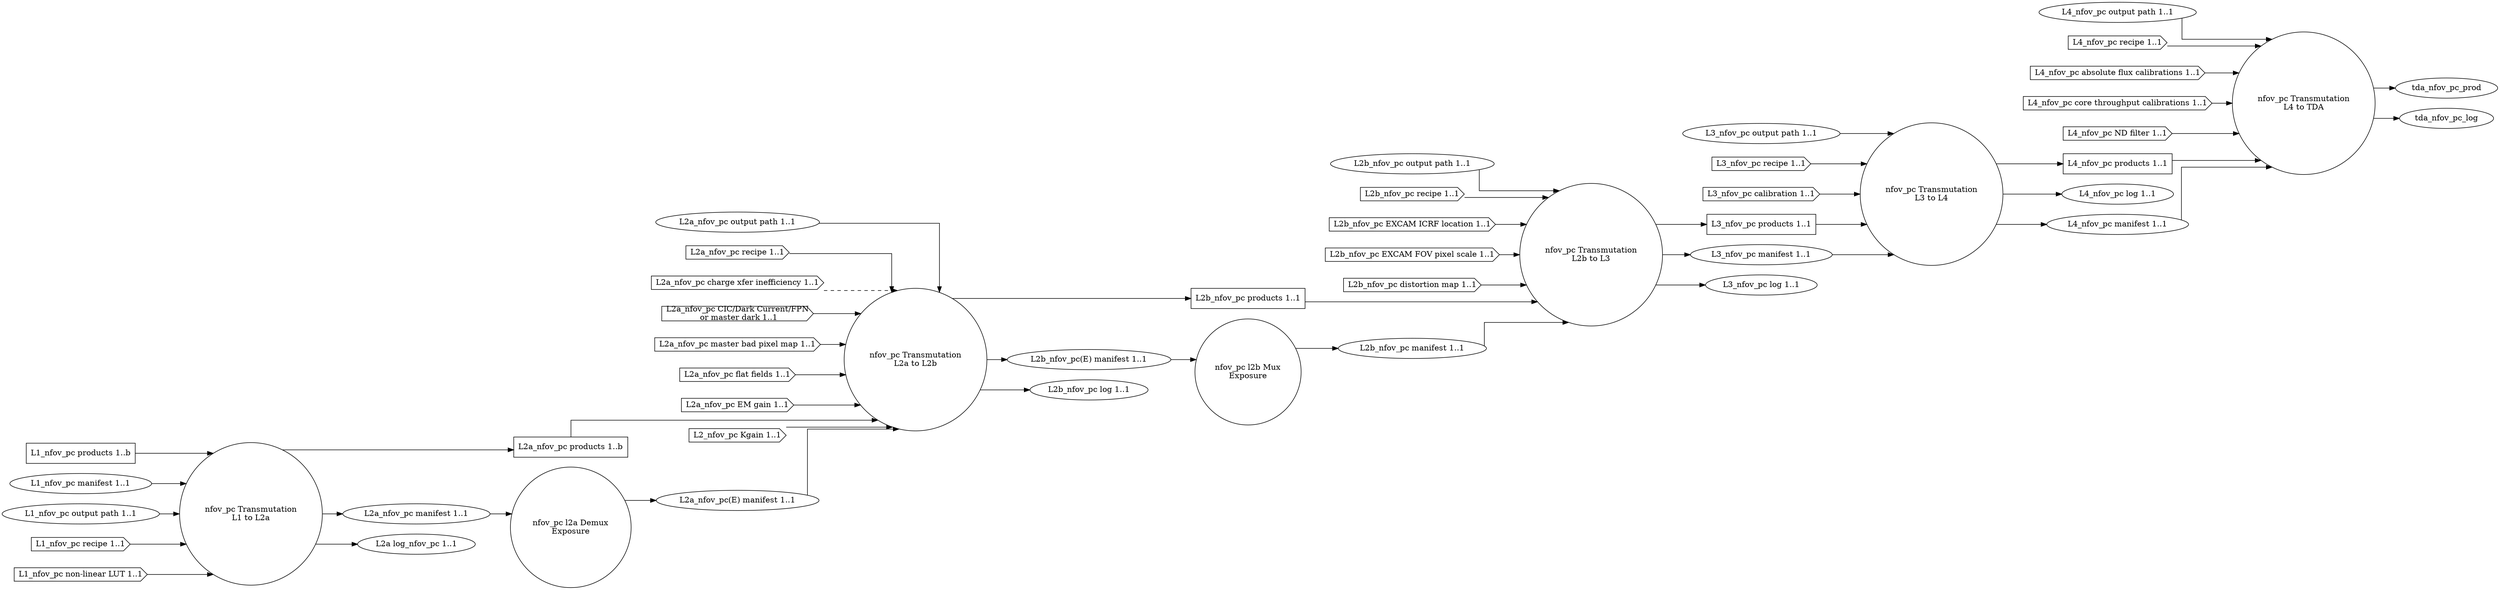
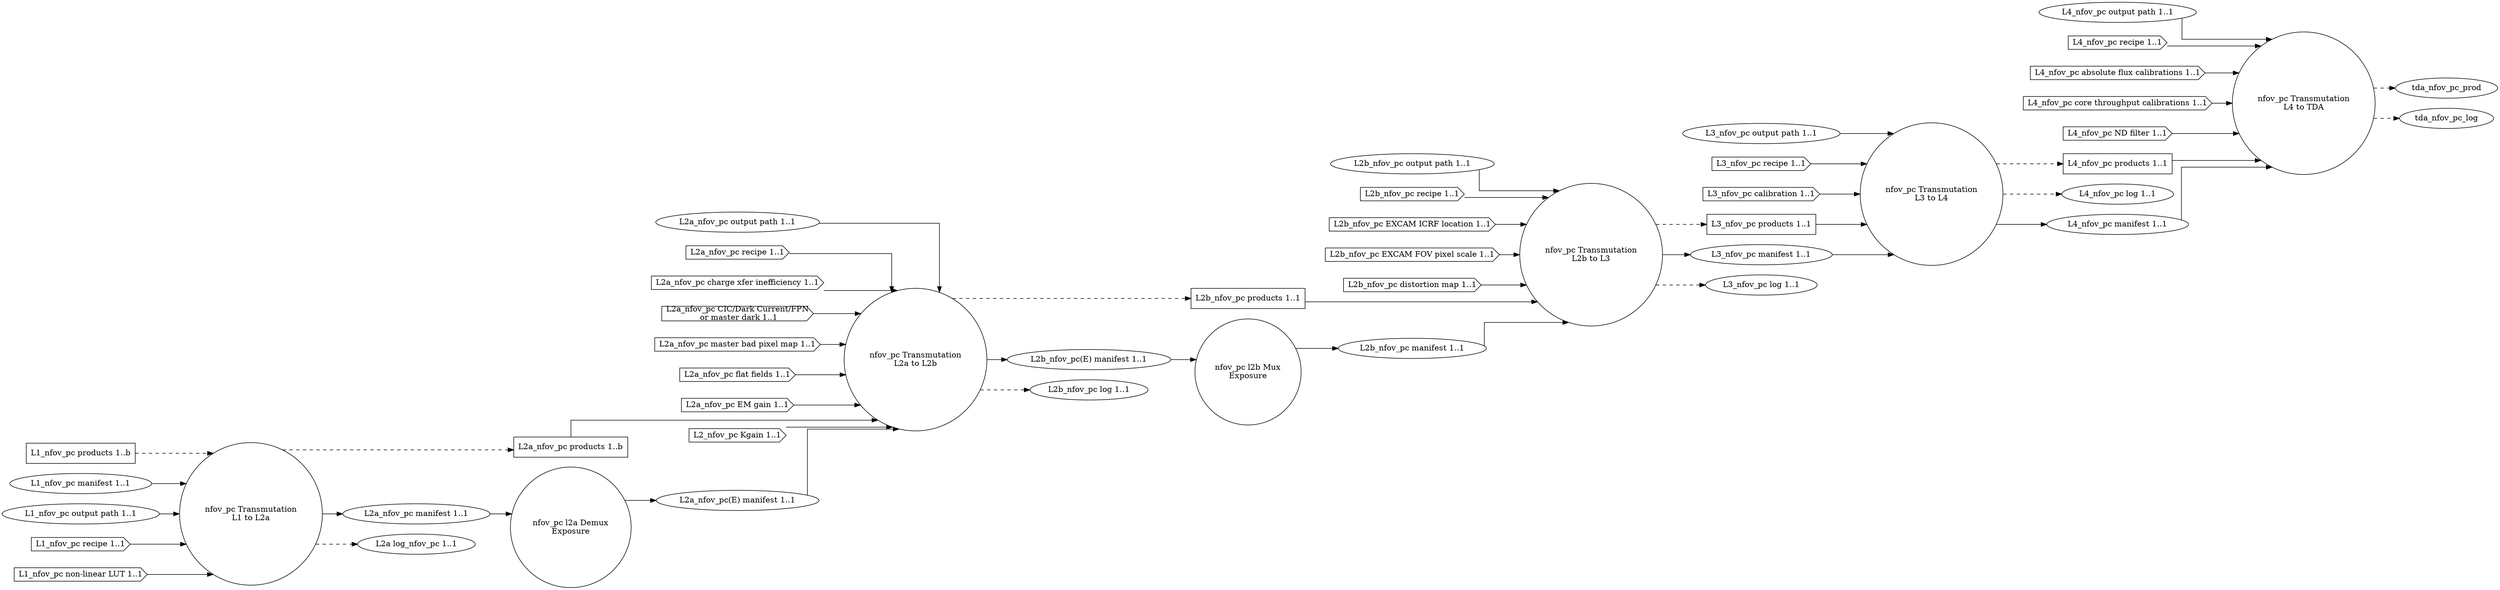
digraph NarrowFieldOfViewPhotonCount
{
  graph [splines="ortho", rankdir=LR];

  trans_nfov_pc_l1_l2a [label="nfov_pc Transmutation\nL1 to L2a", shape="circle"];
  l2a_nfov_pc_demux [label="nfov_pc l2a Demux\nExposure" shape="circle"];
  trans_nfov_pc_l2a_l2b [label="nfov_pc Transmutation\nL2a to L2b", shape="circle"];
  l2b_nfov_pc_mux [label="nfov_pc l2b Mux\nExposure", shape="circle"];
  trans_nfov_pc_l2b_l3 [label="nfov_pc Transmutation\nL2b to L3", shape="circle"];
  trans_nfov_pc_l3_l4 [label="nfov_pc Transmutation\nL3 to L4", shape="circle"];
  trans_nfov_pc_l4_tda [label="nfov_pc Transmutation\nL4 to TDA", shape="circle"];

  l1_nfov_pc_prod [label="L1_nfov_pc products 1..b", shape="rectangle"];
  l1_nfov_pc_man [label="L1_nfov_pc manifest 1..1", shape="ellipse"];
  l1_nfov_pc_odir [label="L1_nfov_pc output path 1..1", shape="ellipse"];
  l1_nfov_pc_rec [label="L1_nfov_pc recipe 1..1", shape="cds"];
  l1_nfov_pc_nllut [label="L1_nfov_pc non-linear LUT 1..1", shape="cds"];

  l2a_nfov_pc_prod [label="L2a_nfov_pc products 1..b", shape="rectangle"];
  l2a_nfov_pc_man [label="L2a_nfov_pc manifest 1..1", shape="ellipse"];
  l2a_nfov_pc_odir [label="L2a_nfov_pc output path 1..1", shape="ellipse"];
  l2a_nfov_pc_rec [label="L2a_nfov_pc recipe 1..1", shape="cds"];
  l2a_nfov_pc_cti [label="L2a_nfov_pc charge xfer inefficiency 1..1", shape="cds"];
  l2a_nfov_pc_dnb [label="L2a_nfov_pc CIC/Dark Current/FPN\n or master dark 1..1", shape="cds"];
  l2a_nfov_pc_mbpm [label="L2a_nfov_pc master bad pixel map 1..1", shape="cds"];
  l2a_nfov_pc_ff [label="L2a_nfov_pc flat fields 1..1", shape="cds"];
  l2a_nfov_pc_emg [label="L2a_nfov_pc EM gain 1..1", shape="cds"];
  l2a_nfov_pc_kgain [label="L2_nfov_pc Kgain 1..1", shape="cds"];
  l2a_nfov_pc_log [label="L2a log_nfov_pc 1..1", shape="ellipse"];
  l2a_nfov_pc_man_demux [label="L2a_nfov_pc(E) manifest 1..1", shape="ellipse"];

  l2b_nfov_pc_prod [label="L2b_nfov_pc products 1..1", shape="rectangle"];
  l2b_nfov_pc_man [label="L2b_nfov_pc manifest 1..1", shape="ellipse"];
  l2b_nfov_pc_odir [label="L2b_nfov_pc output path 1..1", shape="ellipse"];
  l2b_nfov_pc_rec [label="L2b_nfov_pc recipe 1..1", shape="cds"];
  l2b_nfov_pc_excicrf [label="L2b_nfov_pc EXCAM ICRF location 1..1", shape="cds"];
  l2b_nfov_pc_excfovps [label="L2b_nfov_pc EXCAM FOV pixel scale 1..1", shape="cds"];
  l2b_nfov_pc_distm [label="L2b_nfov_pc distortion map 1..1", shape="cds"];
  l2b_nfov_pc_man_demux [label="L2b_nfov_pc(E) manifest 1..1", shape="ellipse"];
  l2b_nfov_pc_log [label="L2b_nfov_pc log 1..1", shape="ellipse"];

  l3_nfov_pc_prod [label="L3_nfov_pc products 1..1", shape="rectangle"];
  l3_nfov_pc_odir [label="L3_nfov_pc output path 1..1", shape="ellipse"];
  l3_nfov_pc_man [label="L3_nfov_pc manifest 1..1", shape="ellipse"];
  l3_nfov_pc_rec [label="L3_nfov_pc recipe 1..1", shape="cds"];
  l3_nfov_pc_cal [label="L3_nfov_pc calibration 1..1", shape="cds"];
  l3_nfov_pc_log [label="L3_nfov_pc log 1..1", shape="ellipse"];

  l4_nfov_pc_prod [label="L4_nfov_pc products 1..1", shape="rectangle"];
  l4_nfov_pc_odir [label="L4_nfov_pc output path 1..1", shape="ellipse"];
  l4_nfov_pc_log [label="L4_nfov_pc log 1..1", shape="ellipse"];
  l4_nfov_pc_man [label="L4_nfov_pc manifest 1..1", shape="ellipse"];
  l4_nfov_pc_rec [label="L4_nfov_pc recipe 1..1", shape="cds"];
  l4_nfov_pc_afcal [label="L4_nfov_pc absolute flux calibrations 1..1", shape="cds"];
  l4_nfov_pc_ctcal [label="L4_nfov_pc core throughput calibrations 1..1", shape="cds"];
  l4_nfov_pc_ndfilt [label="L4_nfov_pc ND filter 1..1", shape="cds"];

-   l1_nfov_pc_prod -> trans_nfov_pc_l1_l2a;
+   l1_nfov_pc_prod -> trans_nfov_pc_l1_l2a [style="dashed"];
  l1_nfov_pc_man -> trans_nfov_pc_l1_l2a;
  l1_nfov_pc_odir -> trans_nfov_pc_l1_l2a;
  l1_nfov_pc_rec -> trans_nfov_pc_l1_l2a;
  l1_nfov_pc_nllut -> trans_nfov_pc_l1_l2a;

-   trans_nfov_pc_l1_l2a -> l2a_nfov_pc_prod;
+   trans_nfov_pc_l1_l2a -> l2a_nfov_pc_prod [style="dashed"];
  trans_nfov_pc_l1_l2a -> l2a_nfov_pc_man;
-   trans_nfov_pc_l1_l2a -> l2a_nfov_pc_log;
+   trans_nfov_pc_l1_l2a -> l2a_nfov_pc_log  [style="dashed"];

  l2a_nfov_pc_prod -> trans_nfov_pc_l2a_l2b;
  l2a_nfov_pc_kgain -> trans_nfov_pc_l2a_l2b;
  l2a_nfov_pc_odir -> trans_nfov_pc_l2a_l2b;
  l2a_nfov_pc_rec -> trans_nfov_pc_l2a_l2b;
-   l2a_nfov_pc_cti -> trans_nfov_pc_l2a_l2b [style="dashed"];
+   l2a_nfov_pc_cti -> trans_nfov_pc_l2a_l2b;
  l2a_nfov_pc_dnb -> trans_nfov_pc_l2a_l2b;
  l2a_nfov_pc_mbpm -> trans_nfov_pc_l2a_l2b;
  l2a_nfov_pc_ff -> trans_nfov_pc_l2a_l2b;
  l2a_nfov_pc_emg -> trans_nfov_pc_l2a_l2b;

-   trans_nfov_pc_l2a_l2b -> l2b_nfov_pc_prod;
+   trans_nfov_pc_l2a_l2b -> l2b_nfov_pc_prod [style="dashed"];
  trans_nfov_pc_l2a_l2b -> l2b_nfov_pc_man_demux;
-   trans_nfov_pc_l2a_l2b -> l2b_nfov_pc_log;
+   trans_nfov_pc_l2a_l2b -> l2b_nfov_pc_log  [style="dashed"];

  l2a_nfov_pc_man -> l2a_nfov_pc_demux;
  l2a_nfov_pc_demux -> l2a_nfov_pc_man_demux;
  l2a_nfov_pc_man_demux -> trans_nfov_pc_l2a_l2b;

  l2b_nfov_pc_man_demux -> l2b_nfov_pc_mux;
  l2b_nfov_pc_mux -> l2b_nfov_pc_man;

  l2b_nfov_pc_prod -> trans_nfov_pc_l2b_l3;
  l2b_nfov_pc_man -> trans_nfov_pc_l2b_l3;
  l2b_nfov_pc_odir -> trans_nfov_pc_l2b_l3;
  l2b_nfov_pc_rec -> trans_nfov_pc_l2b_l3;
  l2b_nfov_pc_excicrf -> trans_nfov_pc_l2b_l3;
  l2b_nfov_pc_excfovps -> trans_nfov_pc_l2b_l3;
  l2b_nfov_pc_distm -> trans_nfov_pc_l2b_l3;
-   trans_nfov_pc_l2b_l3 -> l3_nfov_pc_prod;
+   trans_nfov_pc_l2b_l3 -> l3_nfov_pc_prod [style="dashed"];
  trans_nfov_pc_l2b_l3 -> l3_nfov_pc_man;
-   trans_nfov_pc_l2b_l3 -> l3_nfov_pc_log;
+   trans_nfov_pc_l2b_l3 -> l3_nfov_pc_log  [style="dashed"];

  l3_nfov_pc_prod -> trans_nfov_pc_l3_l4;
  l3_nfov_pc_man -> trans_nfov_pc_l3_l4;
  l3_nfov_pc_odir -> trans_nfov_pc_l3_l4;
  l3_nfov_pc_rec -> trans_nfov_pc_l3_l4;
  l3_nfov_pc_cal -> trans_nfov_pc_l3_l4;
-   trans_nfov_pc_l3_l4 -> l4_nfov_pc_prod;
-   trans_nfov_pc_l3_l4 -> l4_nfov_pc_log;
+   trans_nfov_pc_l3_l4 -> l4_nfov_pc_prod [style="dashed"];
+   trans_nfov_pc_l3_l4 -> l4_nfov_pc_log  [style="dashed"];
  trans_nfov_pc_l3_l4 -> l4_nfov_pc_man;

  l4_nfov_pc_prod -> trans_nfov_pc_l4_tda;
  l4_nfov_pc_man -> trans_nfov_pc_l4_tda;
  l4_nfov_pc_odir -> trans_nfov_pc_l4_tda;
  l4_nfov_pc_rec -> trans_nfov_pc_l4_tda;
  l4_nfov_pc_afcal -> trans_nfov_pc_l4_tda;
  l4_nfov_pc_ctcal -> trans_nfov_pc_l4_tda;
  l4_nfov_pc_ndfilt -> trans_nfov_pc_l4_tda;
-   trans_nfov_pc_l4_tda -> tda_nfov_pc_prod;
-   trans_nfov_pc_l4_tda -> tda_nfov_pc_log;
+   trans_nfov_pc_l4_tda -> tda_nfov_pc_prod [style="dashed"];
+   trans_nfov_pc_l4_tda -> tda_nfov_pc_log  [style="dashed"];
}
